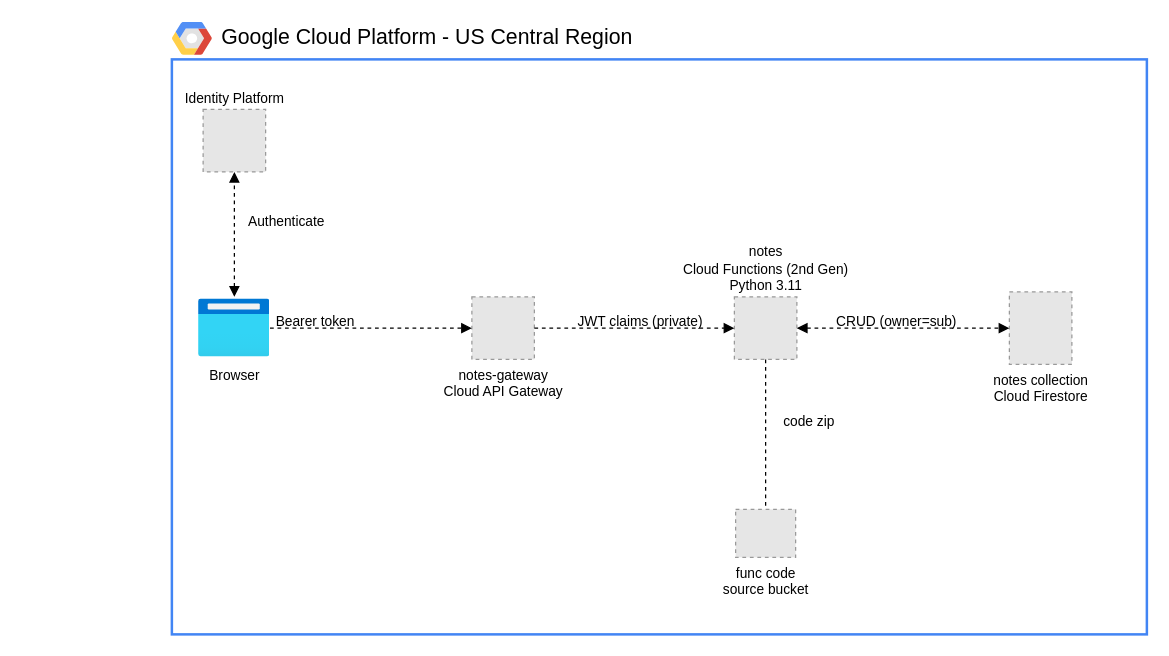
Earlier version of the draw.io diagram gcp-identity-app.drawio (mamonaco1973/gcp-identity-app). Source tidied: cells renumbered, new cells numbered last; positions are measured from the earlier drawing's top-left corner, leaving out a move shared by most shapes. Both pictures are drawn from the tidied source at 125%, with x=0, y=0 at pixel (171, 21). Pictures stored in the file or linked from it are replaced by grey dashed boxes.
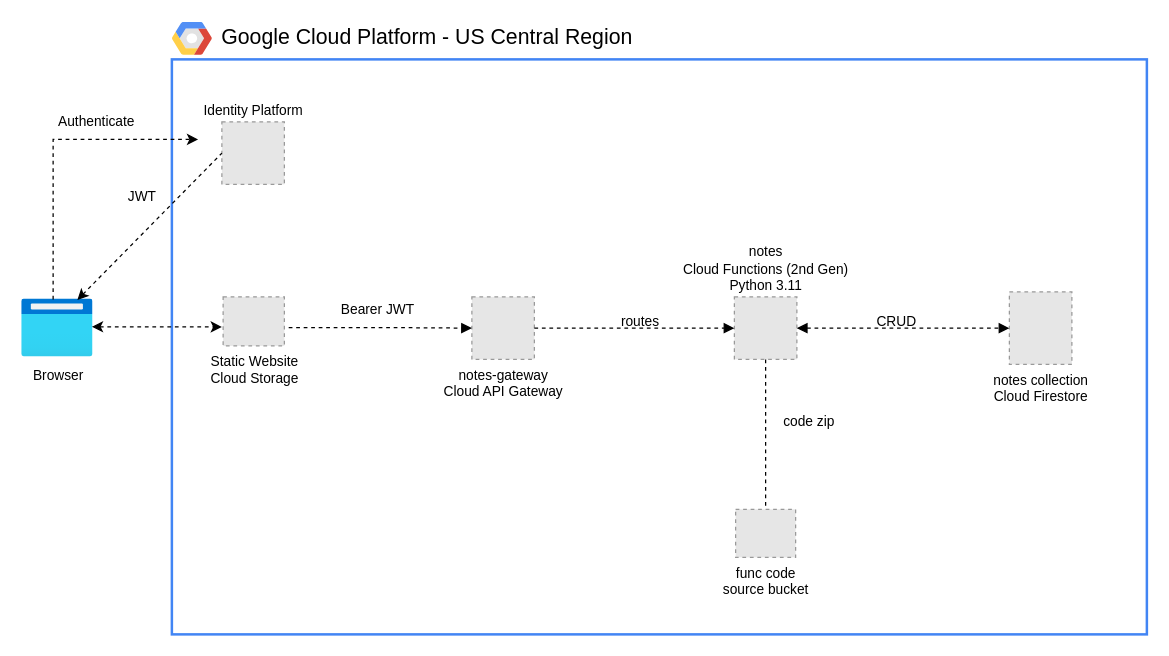
The same page after the edit.

Commit message (it also covers changes not shown here):
finalize diagrams

The change refers to these unchanged cells:
```xml
<mxCell id="6" value="notes-gateway&#10;Cloud API Gateway" style="fillColor=#E6E6E6;strokeColor=#999999;dashed=1;html=1;verticalLabelPosition=bottom;labelBackgroundColor=none;verticalAlign=top;fontStyle=0;fontColor=#000000;fontSize=11;align=center;" parent="1" vertex="1">
  <mxGeometry x="240" y="220" width="50" height="50" as="geometry" />
</mxCell>
```

What changed in the source:
```diff
@@
     <mxCell id="4" value="Browser" style="image;html=1;points=[];align=center;fontSize=11;image=img/lib/azure2/general/Browser.svg;labelBackgroundColor=none;verticalLabelPosition=bottom;verticalAlign=top;" parent="1" vertex="1">
-      <mxGeometry x="21.5" y="220" width="57" height="50" as="geometry" />
+      <mxGeometry x="-120" y="220" width="57" height="50" as="geometry" />
     </mxCell>
     <mxCell id="5" value="Identity Platform" style="fillColor=#E6E6E6;strokeColor=#999999;dashed=1;html=1;verticalLabelPosition=top;labelBackgroundColor=none;verticalAlign=bottom;fontStyle=0;fontColor=#000000;fontSize=11;align=center;labelPosition=center;" parent="1" vertex="1">
-      <mxGeometry x="25" y="70" width="50" height="50" as="geometry" />
+      <mxGeometry x="40" y="80" width="50" height="50" as="geometry" />
     </mxCell>
@@
-    <mxCell id="10" style="edgeStyle=orthogonalEdgeStyle;endArrow=block;startArrow=block;startFill=1;endFill=1;html=1;rounded=0;dashed=1;labelBackgroundColor=none;exitX=0.5;exitY=0;exitDx=0;exitDy=0;entryX=0.5;entryY=1;entryDx=0;entryDy=0;" parent="1" edge="1" source="4" target="5">
-      <mxGeometry relative="1" as="geometry">
-        <Array as="points">
-          <mxPoint x="50" y="130" />
-          <mxPoint x="50" y="130" />
-        </Array>
-      </mxGeometry>
-    </mxCell>
     <mxCell id="11" value="Authenticate" style="text;html=1;strokeColor=none;fillColor=none;align=center;verticalAlign=middle;whiteSpace=wrap;fontSize=11;" parent="1" vertex="1">
-      <mxGeometry x="32" y="150" width="120" height="20" as="geometry" />
+      <mxGeometry x="-120" y="70" width="120" height="20" as="geometry" />
     </mxCell>
-    <mxCell id="12" style="edgeStyle=orthogonalEdgeStyle;endArrow=block;startArrow=none;endFill=1;html=1;rounded=0;dashed=1;labelBackgroundColor=none;exitX=1;exitY=0.5;exitDx=0;exitDy=0;entryX=0;entryY=0.5;entryDx=0;entryDy=0;" parent="1" edge="1" source="4" target="6">
+    <mxCell id="12" style="edgeStyle=orthogonalEdgeStyle;endArrow=block;startArrow=none;endFill=1;html=1;rounded=0;dashed=1;labelBackgroundColor=none;entryX=0;entryY=0.5;entryDx=0;entryDy=0;exitX=0.948;exitY=0.625;exitDx=0;exitDy=0;exitPerimeter=0;" parent="1" edge="1" source="21" target="6">
       <mxGeometry relative="1" as="geometry" />
     </mxCell>
-    <mxCell id="13" value="Bearer token" style="text;html=1;strokeColor=none;fillColor=none;align=center;verticalAlign=middle;whiteSpace=wrap;fontSize=11;dashed=1;" parent="1" vertex="1">
-      <mxGeometry x="70" y="230" width="90" height="20" as="geometry" />
+    <mxCell id="13" value="Bearer JWT" style="text;html=1;strokeColor=none;fillColor=none;align=center;verticalAlign=middle;whiteSpace=wrap;fontSize=11;dashed=1;" parent="1" vertex="1">
+      <mxGeometry x="120" y="220" width="90" height="20" as="geometry" />
     </mxCell>
@@
-    <mxCell id="15" value="JWT claims (private)" style="text;html=1;strokeColor=none;fillColor=none;align=center;verticalAlign=middle;whiteSpace=wrap;fontSize=11;" parent="1" vertex="1">
+    <mxCell id="15" value="routes" style="text;html=1;strokeColor=none;fillColor=none;align=center;verticalAlign=middle;whiteSpace=wrap;fontSize=11;" parent="1" vertex="1">
       <mxGeometry x="320" y="230" width="110" height="20" as="geometry" />
     </mxCell>
@@
-    <mxCell id="17" value="CRUD (owner=sub)" style="text;html=1;strokeColor=none;fillColor=none;align=center;verticalAlign=middle;whiteSpace=wrap;fontSize=11;" parent="1" vertex="1">
+    <mxCell id="17" value="CRUD" style="text;html=1;strokeColor=none;fillColor=none;align=center;verticalAlign=middle;whiteSpace=wrap;fontSize=11;" parent="1" vertex="1">
       <mxGeometry x="525" y="230" width="110" height="20" as="geometry" />
     </mxCell>
@@
+    <mxCell id="20" style="endArrow=classic;html=1;rounded=0;exitX=0.487;exitY=0.067;exitDx=0;exitDy=0;exitPerimeter=0;dashed=1;" parent="1" edge="1">
+      <mxGeometry relative="1" as="geometry">
+        <mxPoint x="-95" y="222" as="sourcePoint" />
+        <mxPoint x="21" y="94" as="targetPoint" />
+        <Array as="points">
+          <mxPoint x="-95" y="94" />
+        </Array>
+      </mxGeometry>
+    </mxCell>
+    <mxCell id="21" value="Static Website&lt;div&gt;Cloud Storage&lt;/div&gt;" style="fillColor=#E6E6E6;strokeColor=#999999;dashed=1;html=1;verticalLabelPosition=bottom;labelBackgroundColor=none;verticalAlign=top;fontStyle=0;fontColor=#000000;fontSize=11;align=center;" parent="1" vertex="1">
+      <mxGeometry x="41" y="220" width="49" height="39.2" as="geometry" />
+    </mxCell>
+    <mxCell id="22" style="endArrow=classic;startArrow=classic;html=1;rounded=0;exitX=0.983;exitY=0.479;exitDx=0;exitDy=0;exitPerimeter=0;dashed=1;" parent="1" edge="1" source="4">
+      <mxGeometry relative="1" as="geometry">
+        <mxPoint x="40" y="244" as="targetPoint" />
+      </mxGeometry>
+    </mxCell>
+    <mxCell id="10" style="endArrow=none;html=1;rounded=0;exitX=0.779;exitY=0.049;exitDx=0;exitDy=0;exitPerimeter=0;entryX=0;entryY=0.5;entryDx=0;entryDy=0;strokeColor=default;dashed=1;endFill=0;startArrow=classic;startFill=1;" parent="1" edge="1" source="4" target="5">
+      <mxGeometry relative="1" as="geometry" />
+    </mxCell>
+    <mxCell id="23" value="&amp;nbsp;JWT" style="text;html=1;strokeColor=none;fillColor=none;align=center;verticalAlign=middle;whiteSpace=wrap;fontSize=11;dashed=1;" parent="1" vertex="1">
+      <mxGeometry x="-70" y="130" width="90" height="20" as="geometry" />
+    </mxCell>
```
